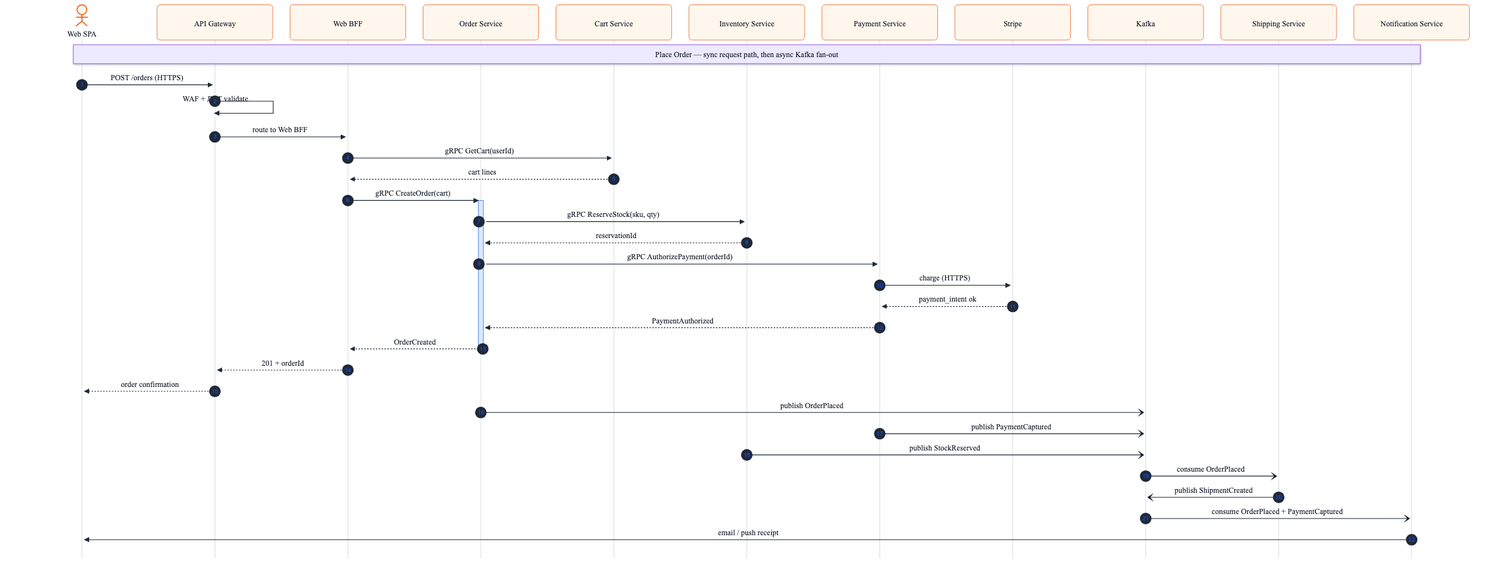
This is examples/showcase/02-place-order-sequence.png from hwchiu/diagram-mcp, a Mermaid export, as it was before one commit. Its source is kept beside it as examples/showcase/02-place-order-sequence.mmd.
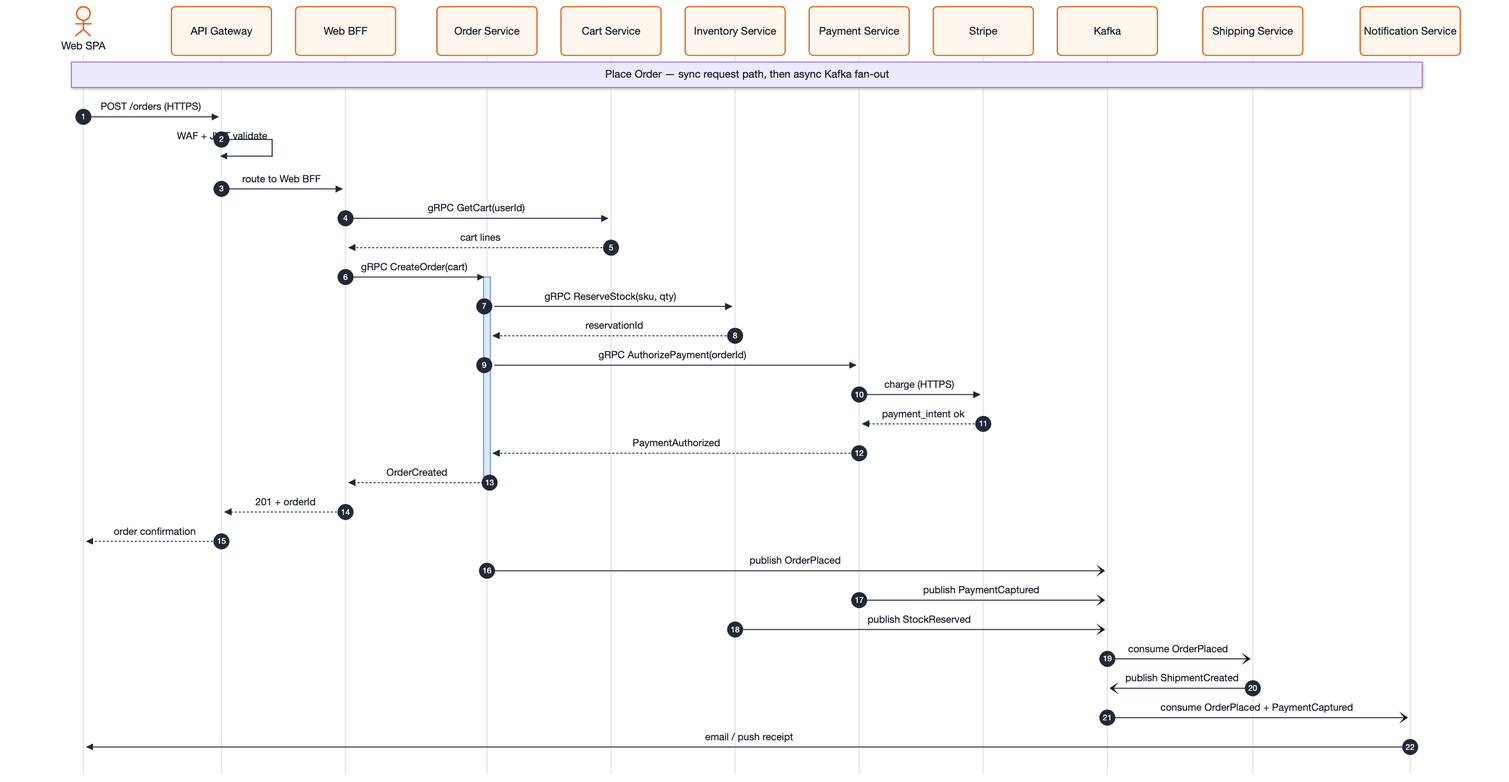
Later version of the same file.

Change to the diagram source:
```diff
@@ -1,40 +1,3 @@
-%%{init: {
-  "theme": "base",
-  "themeVariables": {
-    "fontFamily": "Inter, Helvetica Neue, Arial, sans-serif",
-    "fontSize": "15px",
-    "primaryColor": "#EFF6FF",
-    "primaryTextColor": "#111827",
-    "primaryBorderColor": "#2563EB",
-    "secondaryColor": "#FFF7ED",
-    "tertiaryColor": "#F5F3FF",
-    "lineColor": "#1F2937",
-    "signalColor": "#1F2937",
-    "signalTextColor": "#111827",
-    "labelBoxBkgColor": "#FFFFFF",
-    "labelBoxBorderColor": "#E5E7EB",
-    "labelTextColor": "#111827",
-    "actorBkg": "#FFF7ED",
-    "actorBorder": "#EA580C",
-    "actorTextColor": "#111827",
-    "actorLineColor": "#E5E7EB",
-    "noteBkgColor": "#EDE9FE",
-    "noteBorderColor": "#7C3AED",
-    "noteTextColor": "#111827",
-    "activationBkgColor": "#DBEAFE",
-    "activationBorderColor": "#2563EB",
-    "sequenceNumberColor": "#1D4ED8"
-  },
-  "sequence": {
-    "actorMargin": 36,
-    "messageMargin": 48,
-    "mirrorActors": false,
-    "bottomMarginAdj": 20,
-    "rightAngles": true,
-    "showSequenceNumbers": true,
-    "width": 240
-  }
-}}%%
 sequenceDiagram
   autonumber
   actor User as Web SPA
```
